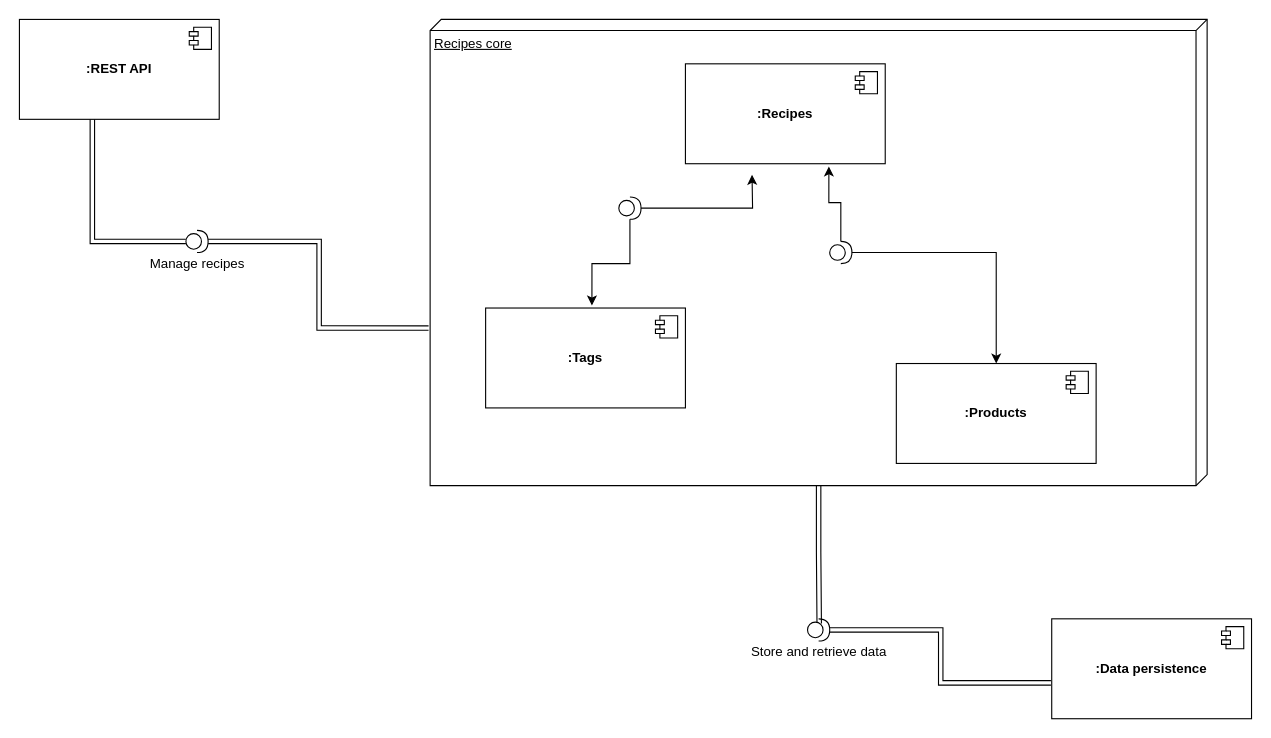
Above: design/diagrams/bmcook_components.drawio in andreiboyanov/blue-moon-cooking (draw.io), before the change. Source tidied: cells renumbered, new cells numbered last; positions are measured from the earlier drawing's top-left corner, leaving out a move shared by most shapes. Both pictures are drawn from the tidied source at 111%, with x=0, y=0 at pixel (19, 19).
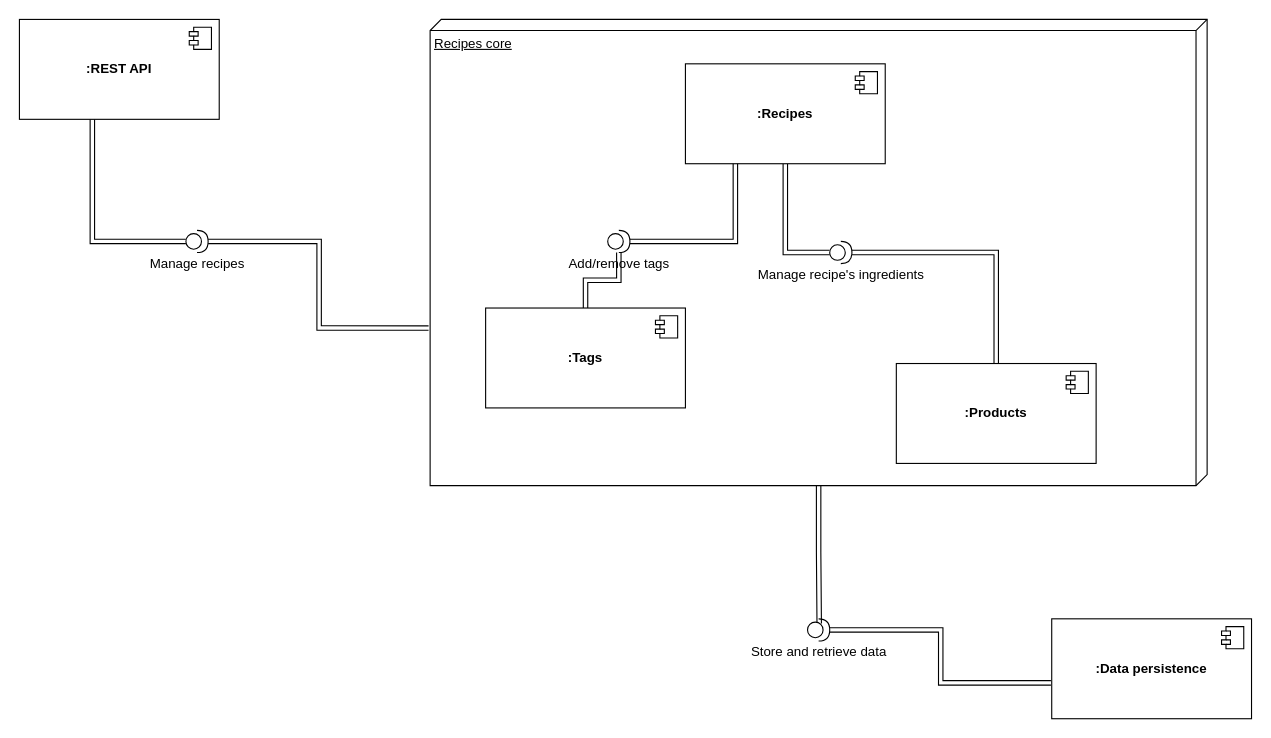
After the change.

Unchanged cells that the change refers to:
```xml
<mxCell id="4" value="&lt;b&gt;:Tags&lt;/b&gt;" style="html=1;whiteSpace=wrap;" parent="1" vertex="1">
  <mxGeometry x="420" y="260" width="180" height="90" as="geometry" />
</mxCell>
<mxCell id="6" value="&lt;b&gt;:Products&lt;/b&gt;" style="html=1;whiteSpace=wrap;" parent="1" vertex="1">
  <mxGeometry x="790" y="310" width="180" height="90" as="geometry" />
</mxCell>
<mxCell id="8" value="&lt;b&gt;:Recipes&lt;/b&gt;" style="html=1;whiteSpace=wrap;" parent="1" vertex="1">
  <mxGeometry x="600" y="40" width="180" height="90" as="geometry" />
</mxCell>
```

Diff of the diagram source:
```diff
@@
+    <mxCell id="3" value="Recipes core" style="verticalAlign=top;align=left;spacingTop=8;spacingLeft=2;spacingRight=12;shape=cube;size=10;direction=south;fontStyle=4;html=1;whiteSpace=wrap;" parent="1" vertex="1">
+      <mxGeometry x="370" width="700" height="420" as="geometry" />
+    </mxCell>
@@
-    <mxCell id="3" value="Recipes core" style="verticalAlign=top;align=left;spacingTop=8;spacingLeft=2;spacingRight=12;shape=cube;size=10;direction=south;fontStyle=4;html=1;whiteSpace=wrap;" parent="1" vertex="1">
-      <mxGeometry x="370" width="700" height="420" as="geometry" />
-    </mxCell>
@@
+    <mxCell id="25" style="edgeStyle=orthogonalEdgeStyle;rounded=0;jettySize=auto;html=1;entryX=0;entryY=0.5;entryDx=0;entryDy=0;entryPerimeter=0;shape=link;" parent="1" edge="1" source="8" target="15">
+      <mxGeometry relative="1" as="geometry" />
+    </mxCell>
@@
-    <mxCell id="10" style="edgeStyle=orthogonalEdgeStyle;rounded=0;jettySize=auto;html=1;" parent="1" edge="1" source="12">
-      <mxGeometry relative="1" as="geometry">
-        <mxPoint x="660" y="140" as="targetPoint" />
-      </mxGeometry>
-    </mxCell>
+    <mxCell id="26" style="edgeStyle=orthogonalEdgeStyle;rounded=0;jettySize=auto;html=1;entryX=0.25;entryY=1;entryDx=0;entryDy=0;shape=link;" parent="1" edge="1" source="12" target="8">
+      <mxGeometry relative="1" as="geometry" />
+    </mxCell>
-    <mxCell id="11" style="edgeStyle=orthogonalEdgeStyle;rounded=0;jettySize=auto;html=1;entryX=0.532;entryY=-0.026;entryDx=0;entryDy=0;entryPerimeter=0;" parent="1" edge="1" source="12" target="4">
+    <mxCell id="11" style="edgeStyle=orthogonalEdgeStyle;rounded=0;jettySize=auto;html=1;shape=link;" parent="1" edge="1" source="12" target="4">
       <mxGeometry relative="1" as="geometry" />
     </mxCell>
-    <mxCell id="12" style="shape=providedRequiredInterface;html=1;verticalLabelPosition=bottom;sketch=0;" parent="1" vertex="1">
-      <mxGeometry x="540" y="160" width="20" height="20" as="geometry" />
+    <mxCell id="12" value="Add/remove tags" style="shape=providedRequiredInterface;html=1;verticalLabelPosition=bottom;sketch=0;" parent="1" vertex="1">
+      <mxGeometry x="530" y="190" width="20" height="20" as="geometry" />
     </mxCell>
-    <mxCell id="13" style="edgeStyle=orthogonalEdgeStyle;rounded=0;jettySize=auto;html=1;entryX=0.718;entryY=1.027;entryDx=0;entryDy=0;entryPerimeter=0;" parent="1" edge="1" source="15" target="8">
-      <mxGeometry relative="1" as="geometry" />
-    </mxCell>
-    <mxCell id="14" style="edgeStyle=orthogonalEdgeStyle;rounded=0;jettySize=auto;html=1;" parent="1" edge="1" source="15" target="6">
+    <mxCell id="14" style="edgeStyle=orthogonalEdgeStyle;rounded=0;jettySize=auto;html=1;shape=link;" parent="1" edge="1" source="15" target="6">
       <mxGeometry relative="1" as="geometry" />
     </mxCell>
-    <mxCell id="15" style="shape=providedRequiredInterface;html=1;verticalLabelPosition=bottom;sketch=0;" parent="1" vertex="1">
+    <mxCell id="15" value="Manage recipe's ingredients" style="shape=providedRequiredInterface;html=1;verticalLabelPosition=bottom;sketch=0;" parent="1" vertex="1">
       <mxGeometry x="730" y="200" width="20" height="20" as="geometry" />
     </mxCell>
```
